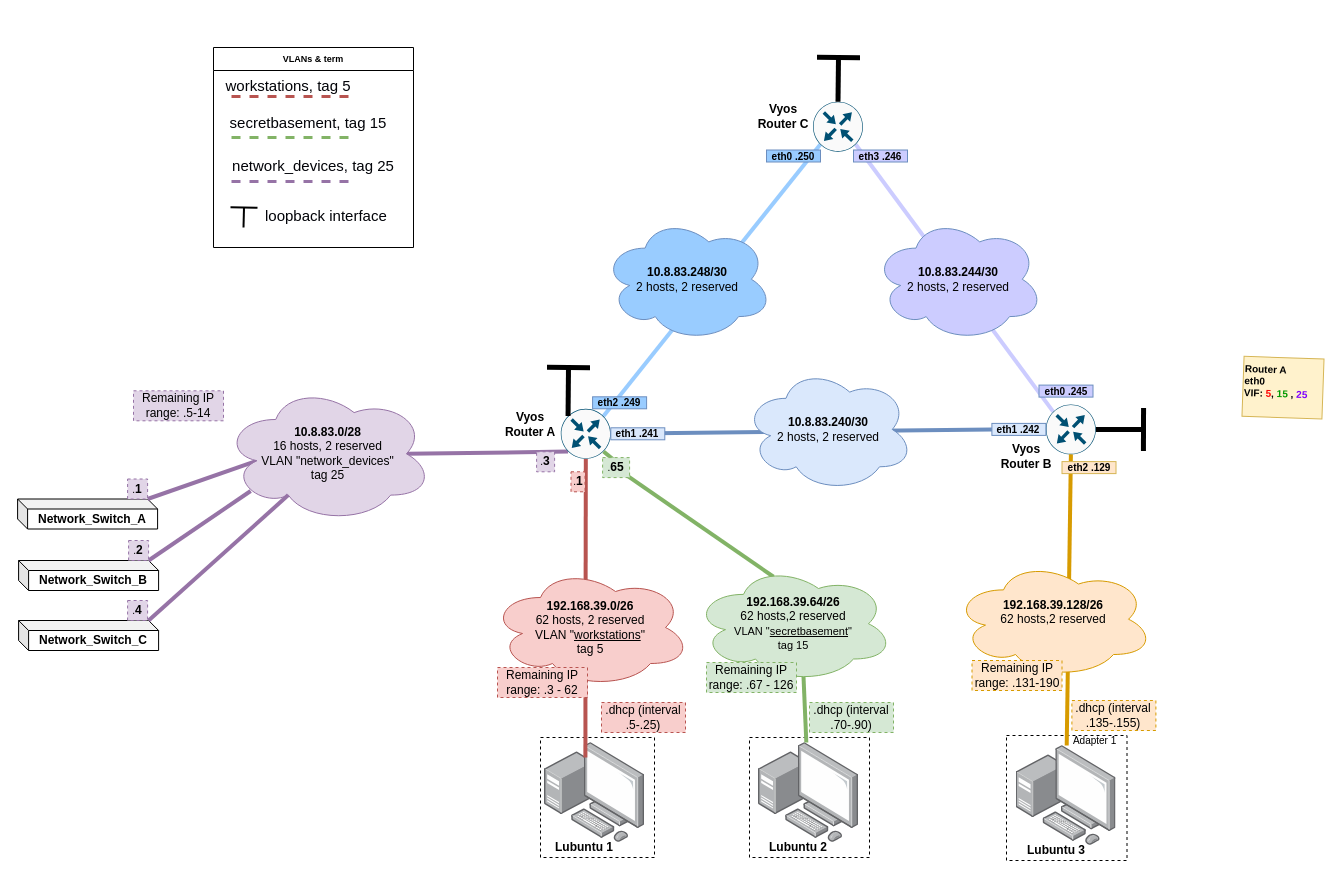
This is page "Logical Topology" (3 of 4) of documentation/E08/E08NetworkCharts.drawio from Kjersheim/DataNetworksIntro2023, a draw.io file, before an edit. Source tidied: cells renumbered, new cells numbered last; positions are measured from the earlier drawing's top-left corner, leaving out a move shared by most shapes. Both pictures are drawn from the tidied source at 100%, with x=0, y=0 at pixel (17, 47).
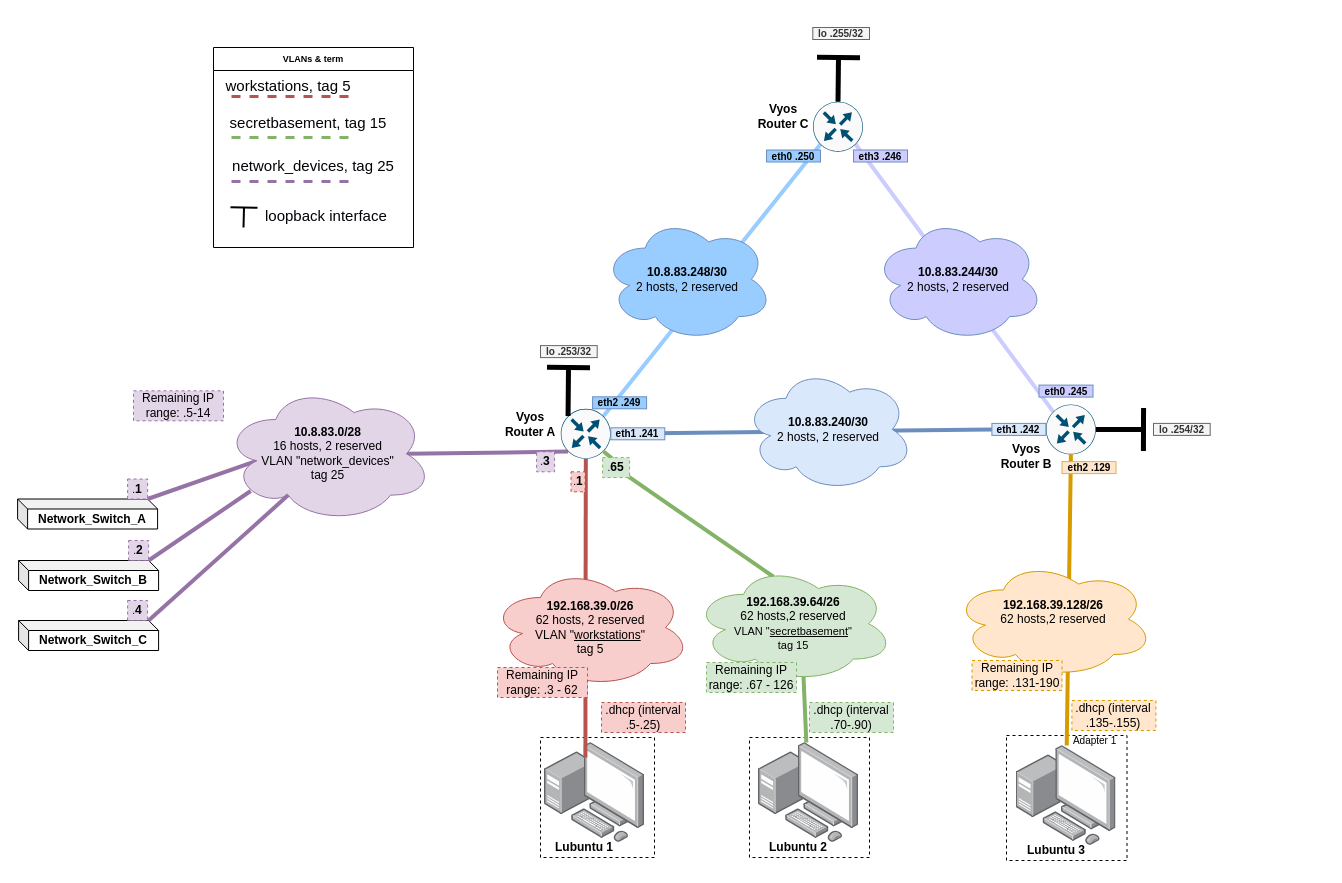
Above is the later version.

The edit, as a diff of the source:
```diff
@@
-    <mxCell id="57" value="Router A&lt;br&gt;eth0&lt;br&gt;VIF: &lt;font color=&quot;#ff0000&quot;&gt;5&lt;/font&gt;&lt;font color=&quot;#020308&quot;&gt;, &lt;/font&gt;&lt;font color=&quot;#009900&quot;&gt;15&lt;/font&gt;&lt;font color=&quot;#020308&quot;&gt;&amp;nbsp;, &lt;/font&gt;&lt;font color=&quot;#7f00ff&quot;&gt;25&lt;/font&gt;" style="text;strokeColor=#d6b656;align=left;fillColor=#fff2cc;html=1;verticalAlign=top;whiteSpace=wrap;rounded=0;rotation=2;fontStyle=1;fontSize=10;" parent="1" vertex="1">
-      <mxGeometry x="1225.5" y="310.1" width="80" height="60" as="geometry" />
-    </mxCell>
@@
+    <mxCell id="77" value="lo .253/32" style="text;strokeColor=#666666;align=center;fillColor=#f5f5f5;html=1;verticalAlign=middle;whiteSpace=wrap;rounded=0;rotation=0;fontStyle=1;fontSize=10;fontColor=#333333;" parent="1" vertex="1">
+      <mxGeometry x="523" y="298.1" width="56.7" height="12" as="geometry" />
+    </mxCell>
+    <mxCell id="78" value="lo .254/32" style="text;strokeColor=#666666;align=center;fillColor=#f5f5f5;html=1;verticalAlign=middle;whiteSpace=wrap;rounded=0;rotation=0;fontStyle=1;fontSize=10;fontColor=#333333;" parent="1" vertex="1">
+      <mxGeometry x="1136" y="375.9" width="56.7" height="12" as="geometry" />
+    </mxCell>
+    <mxCell id="79" value="lo .255/32" style="text;strokeColor=#666666;align=center;fillColor=#f5f5f5;html=1;verticalAlign=middle;whiteSpace=wrap;rounded=0;rotation=0;fontStyle=1;fontSize=10;fontColor=#333333;" parent="1" vertex="1">
+      <mxGeometry x="795.3" y="-20" width="56.7" height="12" as="geometry" />
+    </mxCell>
```
